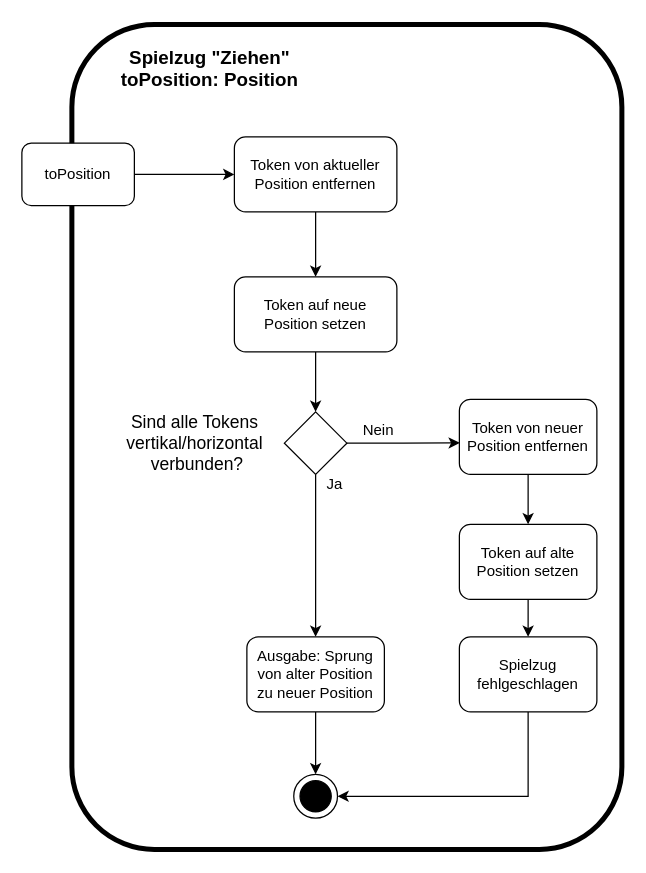
Earlier version of the draw.io diagram token_draw.drawio (schaefereric/uml-stash). Source tidied: cells renumbered, new cells numbered last; positions are measured from the earlier drawing's top-left corner, leaving out a move shared by most shapes. Both pictures are drawn from the tidied source at 125%, with x=0, y=0 at pixel (21, 24).
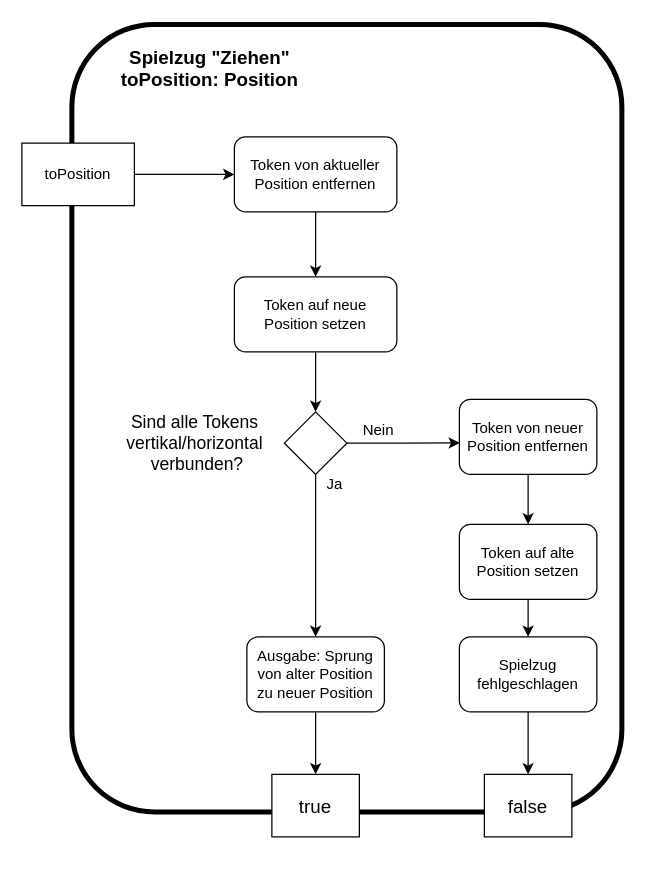
After the change.

Commit message:
token_draw.drawio return values +

Unchanged cells that the change refers to:
```xml
<mxCell id="15" value="Spielzug fehlgeschlagen" style="rounded=1;whiteSpace=wrap;html=1;" parent="1" vertex="1">
  <mxGeometry x="350" y="490" width="110" height="60" as="geometry" />
</mxCell>
<mxCell id="17" value="Ausgabe: Sprung von alter Position zu neuer Position" style="rounded=1;whiteSpace=wrap;html=1;" parent="1" vertex="1">
  <mxGeometry x="180" y="490" width="110" height="60" as="geometry" />
</mxCell>
```

Diff of the diagram source:
```diff
@@
     <mxCell id="2" style="rounded=1;whiteSpace=wrap;html=1;fillColor=none;strokeWidth=4;" parent="1" vertex="1">
-      <mxGeometry x="40" width="440" height="660" as="geometry" />
+      <mxGeometry x="40" width="440" height="630" as="geometry" />
     </mxCell>
@@
-    <mxCell id="14" style="edgeStyle=orthogonalEdgeStyle;rounded=0;jettySize=auto;html=1;exitX=0.5;exitY=1;exitDx=0;exitDy=0;entryX=1;entryY=0.5;entryDx=0;entryDy=0;" parent="1" edge="1" source="15" target="21">
-      <mxGeometry relative="1" as="geometry" />
-    </mxCell>
+    <mxCell id="26" style="edgeStyle=orthogonalEdgeStyle;rounded=0;jettySize=auto;html=1;exitX=0.5;exitY=1;exitDx=0;exitDy=0;" parent="1" edge="1" source="15" target="29">
+      <mxGeometry relative="1" as="geometry" />
+    </mxCell>
@@
-    <mxCell id="16" style="edgeStyle=orthogonalEdgeStyle;rounded=0;jettySize=auto;html=1;exitX=0.5;exitY=1;exitDx=0;exitDy=0;entryX=0.5;entryY=0;entryDx=0;entryDy=0;" parent="1" edge="1" source="17" target="21">
-      <mxGeometry relative="1" as="geometry" />
-    </mxCell>
+    <mxCell id="27" style="edgeStyle=orthogonalEdgeStyle;rounded=0;jettySize=auto;html=1;exitX=0.5;exitY=1;exitDx=0;exitDy=0;entryX=0.5;entryY=0;entryDx=0;entryDy=0;" parent="1" edge="1" source="17" target="28">
+      <mxGeometry relative="1" as="geometry" />
+    </mxCell>
@@
-    <mxCell id="21" style="ellipse;whiteSpace=wrap;html=1;" parent="1" vertex="1">
-      <mxGeometry x="217.5" y="600" width="35" height="35" as="geometry" />
-    </mxCell>
-    <mxCell id="22" style="ellipse;whiteSpace=wrap;html=1;fillColor=#000000;" parent="1" vertex="1">
-      <mxGeometry x="222.5" y="605" width="25" height="25" as="geometry" />
-    </mxCell>
@@
-    <mxCell id="24" value="&lt;div&gt;toPosition&lt;/div&gt;" style="rounded=1;whiteSpace=wrap;html=1;" parent="1" vertex="1">
+    <mxCell id="24" value="&lt;div&gt;toPosition&lt;/div&gt;" style="rounded=0;whiteSpace=wrap;html=1;" parent="1" vertex="1">
       <mxGeometry y="95" width="90" height="50" as="geometry" />
     </mxCell>
@@
+    <mxCell id="28" value="&lt;font style=&quot;font-size: 15px;&quot;&gt;true&lt;/font&gt;" style="rounded=0;whiteSpace=wrap;html=1;" parent="1" vertex="1">
+      <mxGeometry x="200" y="600" width="70" height="50" as="geometry" />
+    </mxCell>
+    <mxCell id="29" value="&lt;font style=&quot;font-size: 15px;&quot;&gt;false&lt;/font&gt;" style="rounded=0;whiteSpace=wrap;html=1;" parent="1" vertex="1">
+      <mxGeometry x="370" y="600" width="70" height="50" as="geometry" />
+    </mxCell>
```
